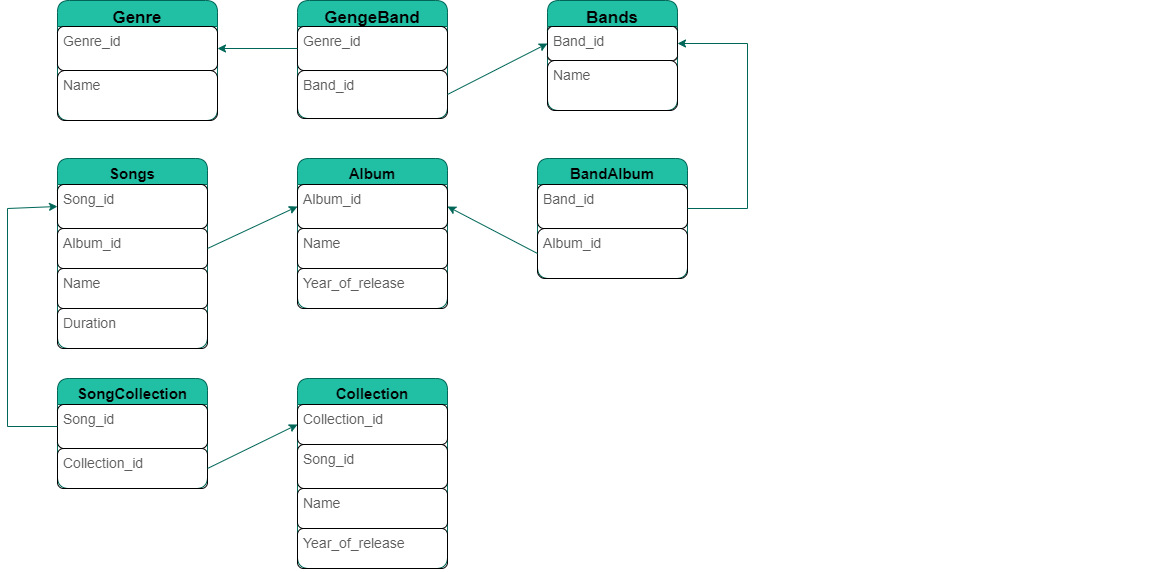
Before: база данных_схема2.png, a diagram exported from draw.io (LuibovBeluaevanetolog/DataBase). Source tidied: cells renumbered, new cells last; positions are measured from the earlier drawing's top-left corner, leaving out a move shared by most shapes.
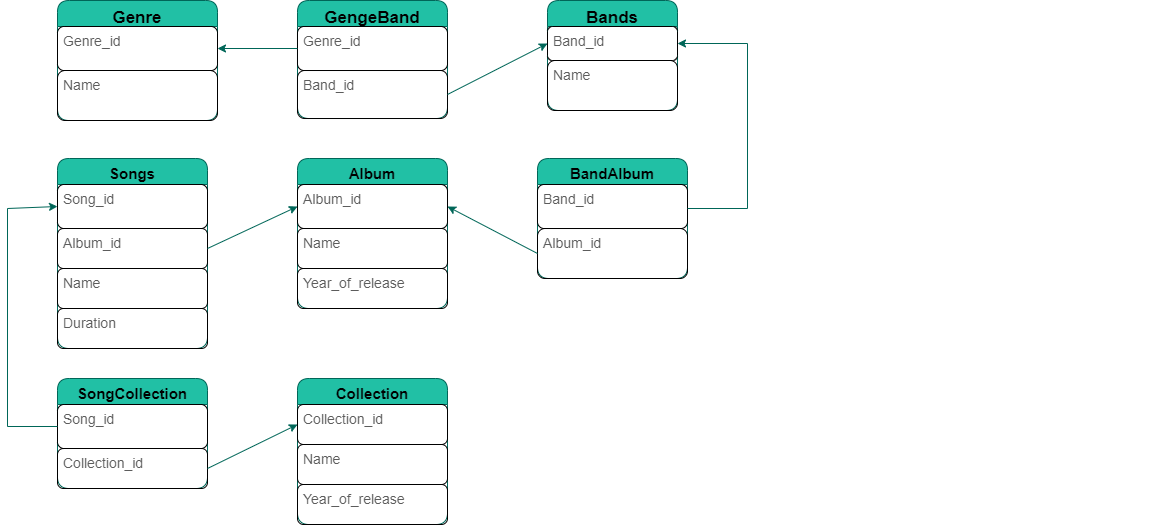
The same diagram one commit later.

Change to the diagram source:
```diff
@@ -93,19 +93,16 @@
       </mxGeometry>
     </mxCell>
     <mxCell id="29" value="Collection" style="swimlane;fontStyle=1;align=center;verticalAlign=top;horizontal=1;startSize=26;rounded=1;shadow=0;strokeWidth=1;flipV=0;fillColor=#21C0A5;strokeColor=#006658;fontColor=#000000;fontSize=15;" parent="1" vertex="1">
-      <mxGeometry x="290" y="378" width="150" height="190" as="geometry" />
+      <mxGeometry x="290" y="378" width="150" height="146" as="geometry" />
     </mxCell>
     <mxCell id="30" value="Collection_id" style="text;align=left;verticalAlign=top;spacingLeft=4;spacingRight=4;overflow=hidden;points=[[0,0.5],[1,0.5]];portConstraint=eastwest;fontColor=#5C5C5C;rounded=1;strokeColor=default;fontSize=14;fontStyle=0;" parent="29" vertex="1">
       <mxGeometry y="26" width="150" height="40" as="geometry" />
     </mxCell>
-    <mxCell id="31" value="Song_id" style="text;align=left;verticalAlign=top;spacingLeft=4;spacingRight=4;overflow=hidden;rounded=1;shadow=0;html=0;fontColor=#5C5C5C;fontSize=14;strokeColor=default;" parent="29" vertex="1">
-      <mxGeometry y="66" width="150" height="44" as="geometry" />
-    </mxCell>
     <mxCell id="32" value="Name" style="text;align=left;verticalAlign=top;spacingLeft=4;spacingRight=4;overflow=hidden;rounded=1;shadow=0;html=0;fontColor=#5C5C5C;fontSize=14;strokeColor=default;" parent="29" vertex="1">
-      <mxGeometry y="110" width="150" height="40" as="geometry" />
+      <mxGeometry y="66" width="150" height="40" as="geometry" />
     </mxCell>
     <mxCell id="33" value="Year_of_release" style="text;align=left;verticalAlign=top;spacingLeft=4;spacingRight=4;overflow=hidden;rounded=1;shadow=0;html=0;fontColor=#5C5C5C;strokeColor=default;fontSize=14;" parent="29" vertex="1">
-      <mxGeometry y="150" width="150" height="40" as="geometry" />
+      <mxGeometry y="106" width="150" height="40" as="geometry" />
     </mxCell>
     <mxCell id="34" value="SongCollection" style="swimlane;fontStyle=1;align=center;verticalAlign=top;horizontal=1;startSize=26;rounded=1;shadow=0;strokeWidth=1;flipV=0;fillColor=#21C0A5;strokeColor=#006658;fontColor=#000000;fontSize=15;" parent="1" vertex="1">
       <mxGeometry x="50" y="378" width="150" height="110" as="geometry" />
```
